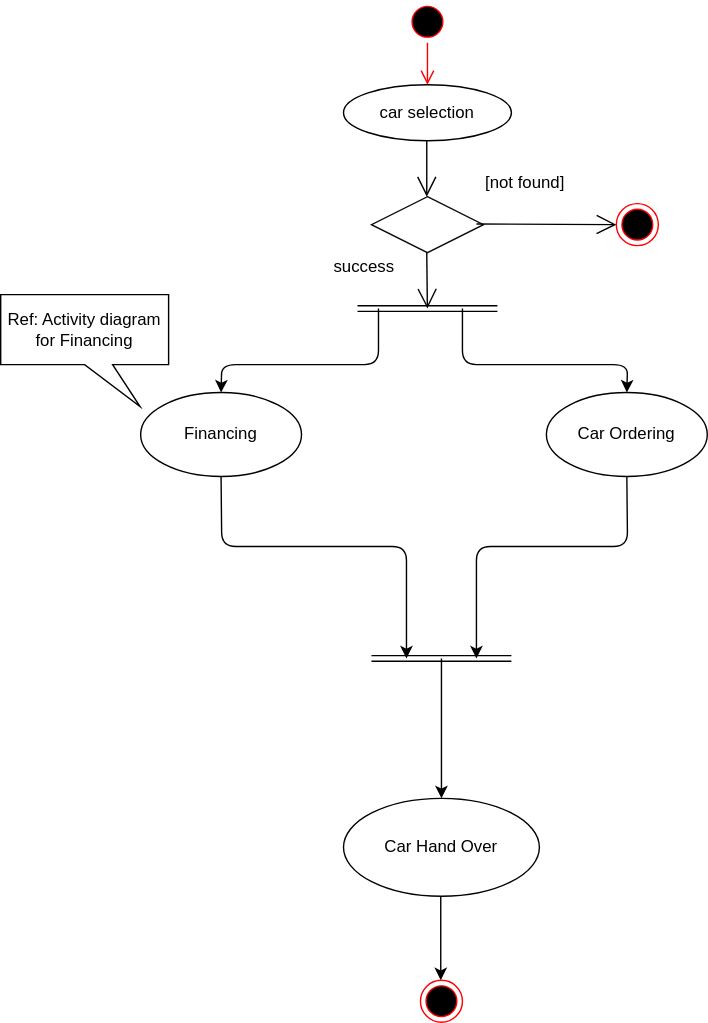
Above: yukariBusinessModel.drawio.svg in ivondrak/SWE2025 (draw.io), before the change. Source tidied: cells renumbered, new cells last; positions are measured from the earlier drawing's top-left corner, leaving out a move shared by most shapes. Its diagram source:
```xml
<mxGraphModel>
  <root>
    <mxCell id="0" />
    <mxCell id="1" parent="0" />
    <mxCell id="2" style="ellipse;html=1;shape=startState;fillColor=#000000;strokeColor=#ff0000;" parent="1" vertex="1">
      <mxGeometry x="290" width="30" height="30" as="geometry" />
    </mxCell>
    <mxCell id="3" style="edgeStyle=orthogonalEdgeStyle;html=1;verticalAlign=bottom;endArrow=open;endSize=8;strokeColor=#ff0000;" parent="1" edge="1" source="2">
      <mxGeometry relative="1" as="geometry">
        <mxPoint x="305" y="60" as="targetPoint" />
      </mxGeometry>
    </mxCell>
    <mxCell id="4" value="car selection" style="ellipse;whiteSpace=wrap;html=1;" parent="1" vertex="1">
      <mxGeometry x="245" y="60" width="120" height="40" as="geometry" />
    </mxCell>
    <mxCell id="5" style="endArrow=open;endFill=1;endSize=12;html=1;" parent="1" edge="1">
      <mxGeometry relative="1" as="geometry">
        <mxPoint x="304.5" y="100" as="sourcePoint" />
        <mxPoint x="304.5" y="140" as="targetPoint" />
      </mxGeometry>
    </mxCell>
    <mxCell id="6" style="rhombus;whiteSpace=wrap;html=1;fontColor=#000000;fillColor=none;strokeColor=light-dark(#0d0d0d, #ff9090);" parent="1" vertex="1">
      <mxGeometry x="265" y="140" width="80" height="40" as="geometry" />
    </mxCell>
    <mxCell id="7" style="ellipse;html=1;shape=endState;fillColor=#000000;strokeColor=#ff0000;" parent="1" vertex="1">
      <mxGeometry x="440" y="145" width="30" height="30" as="geometry" />
    </mxCell>
    <mxCell id="8" style="endArrow=open;endFill=1;endSize=12;html=1;" parent="1" edge="1">
      <mxGeometry relative="1" as="geometry">
        <mxPoint x="340" y="159.5" as="sourcePoint" />
        <mxPoint x="440" y="160" as="targetPoint" />
      </mxGeometry>
    </mxCell>
    <mxCell id="9" style="endArrow=open;endFill=1;endSize=12;html=1;" parent="1" edge="1">
      <mxGeometry relative="1" as="geometry">
        <mxPoint x="304.5" y="220" as="sourcePoint" />
        <mxPoint x="304.5" y="220" as="targetPoint" />
      </mxGeometry>
    </mxCell>
    <mxCell id="10" style="endArrow=open;endFill=1;endSize=12;html=1;" parent="1" edge="1">
      <mxGeometry relative="1" as="geometry">
        <mxPoint x="304.5" y="180" as="sourcePoint" />
        <mxPoint x="304.9" y="220" as="targetPoint" />
      </mxGeometry>
    </mxCell>
    <mxCell id="11" style="shape=link;html=1;" parent="1" edge="1">
      <mxGeometry relative="1" as="geometry">
        <mxPoint x="255" y="220" as="sourcePoint" />
        <mxPoint x="355" y="220" as="targetPoint" />
      </mxGeometry>
    </mxCell>
    <mxCell id="12" value="Financing" style="ellipse;whiteSpace=wrap;html=1;" parent="1" vertex="1">
      <mxGeometry x="100" y="280" width="115" height="60" as="geometry" />
    </mxCell>
    <mxCell id="13" value="Car Ordering" style="ellipse;whiteSpace=wrap;html=1;" parent="1" vertex="1">
      <mxGeometry x="390" y="280" width="115" height="60" as="geometry" />
    </mxCell>
    <mxCell id="14" style="endArrow=classic;html=1;entryX=0.5;entryY=0;entryDx=0;entryDy=0;" parent="1" edge="1" target="12">
      <mxGeometry relative="1" as="geometry">
        <mxPoint x="270" y="220" as="sourcePoint" />
        <Array as="points">
          <mxPoint x="270" y="260" />
          <mxPoint x="158" y="260" />
        </Array>
      </mxGeometry>
    </mxCell>
    <mxCell id="15" style="endArrow=classic;html=1;entryX=0.5;entryY=0;entryDx=0;entryDy=0;" parent="1" edge="1" target="13">
      <mxGeometry relative="1" as="geometry">
        <mxPoint x="330" y="220" as="sourcePoint" />
        <Array as="points">
          <mxPoint x="330" y="260" />
          <mxPoint x="448" y="260" />
        </Array>
      </mxGeometry>
    </mxCell>
    <mxCell id="16" style="shape=link;html=1;" parent="1" edge="1">
      <mxGeometry relative="1" as="geometry">
        <mxPoint x="265" y="470" as="sourcePoint" />
        <mxPoint x="365" y="470" as="targetPoint" />
      </mxGeometry>
    </mxCell>
    <mxCell id="17" style="endArrow=classic;html=1;exitX=0.5;exitY=1;exitDx=0;exitDy=0;" parent="1" edge="1" source="12">
      <mxGeometry relative="1" as="geometry">
        <mxPoint x="290" y="470" as="targetPoint" />
        <Array as="points">
          <mxPoint x="158" y="390" />
          <mxPoint x="290" y="390" />
        </Array>
      </mxGeometry>
    </mxCell>
    <mxCell id="18" style="endArrow=classic;html=1;exitX=0.5;exitY=1;exitDx=0;exitDy=0;" parent="1" edge="1" source="13">
      <mxGeometry relative="1" as="geometry">
        <mxPoint x="340" y="470" as="targetPoint" />
        <Array as="points">
          <mxPoint x="448" y="390" />
          <mxPoint x="340" y="390" />
        </Array>
      </mxGeometry>
    </mxCell>
    <mxCell id="19" value="Car Hand Over" style="ellipse;whiteSpace=wrap;html=1;" parent="1" vertex="1">
      <mxGeometry x="245" y="570" width="140" height="70" as="geometry" />
    </mxCell>
    <mxCell id="20" style="endArrow=classic;html=1;entryX=0.5;entryY=0;entryDx=0;entryDy=0;" parent="1" edge="1" target="19">
      <mxGeometry relative="1" as="geometry">
        <mxPoint x="315" y="470" as="sourcePoint" />
      </mxGeometry>
    </mxCell>
    <mxCell id="21" style="endArrow=classic;html=1;" parent="1" edge="1">
      <mxGeometry relative="1" as="geometry">
        <mxPoint x="314.5" y="640" as="sourcePoint" />
        <mxPoint x="314.5" y="700" as="targetPoint" />
      </mxGeometry>
    </mxCell>
    <mxCell id="22" style="ellipse;html=1;shape=endState;fillColor=#000000;strokeColor=#ff0000;" parent="1" vertex="1">
      <mxGeometry x="300" y="700" width="30" height="30" as="geometry" />
    </mxCell>
    <mxCell id="23" value="[not found]" style="text;html=1;align=center;verticalAlign=middle;whiteSpace=wrap;rounded=0;" parent="1" vertex="1">
      <mxGeometry x="345" y="115" width="60" height="30" as="geometry" />
    </mxCell>
    <mxCell id="24" value="success" style="text;html=1;align=center;verticalAlign=middle;whiteSpace=wrap;rounded=0;" parent="1" vertex="1">
      <mxGeometry x="230" y="175" width="60" height="30" as="geometry" />
    </mxCell>
    <mxCell id="25" value="Ref: Activity diagram&lt;div&gt;for Financing&lt;/div&gt;" style="shape=callout;whiteSpace=wrap;html=1;perimeter=calloutPerimeter;position2=0.83;" parent="1" vertex="1">
      <mxGeometry y="210" width="120" height="80" as="geometry" />
    </mxCell>
  </root>
</mxGraphModel>
```
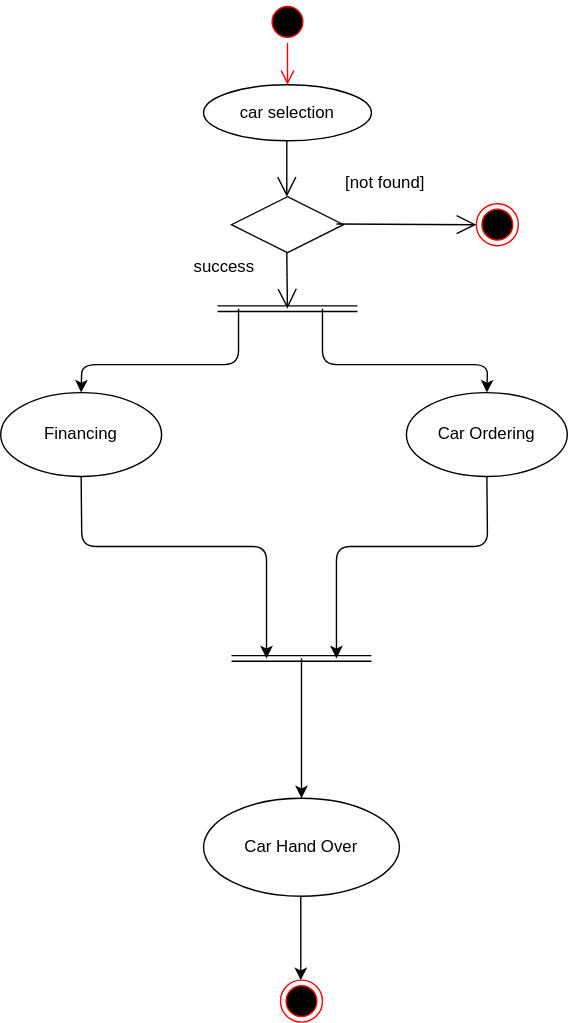
After the commit.

What changed in the source:
```diff
@@ -120,8 +120,5 @@
     <mxCell id="24" value="success" style="text;html=1;align=center;verticalAlign=middle;whiteSpace=wrap;rounded=0;" parent="1" vertex="1">
       <mxGeometry x="230" y="175" width="60" height="30" as="geometry" />
     </mxCell>
-    <mxCell id="25" value="Ref: Activity diagram&lt;div&gt;for Financing&lt;/div&gt;" style="shape=callout;whiteSpace=wrap;html=1;perimeter=calloutPerimeter;position2=0.83;" parent="1" vertex="1">
-      <mxGeometry y="210" width="120" height="80" as="geometry" />
-    </mxCell>
   </root>
 </mxGraphModel>
```
